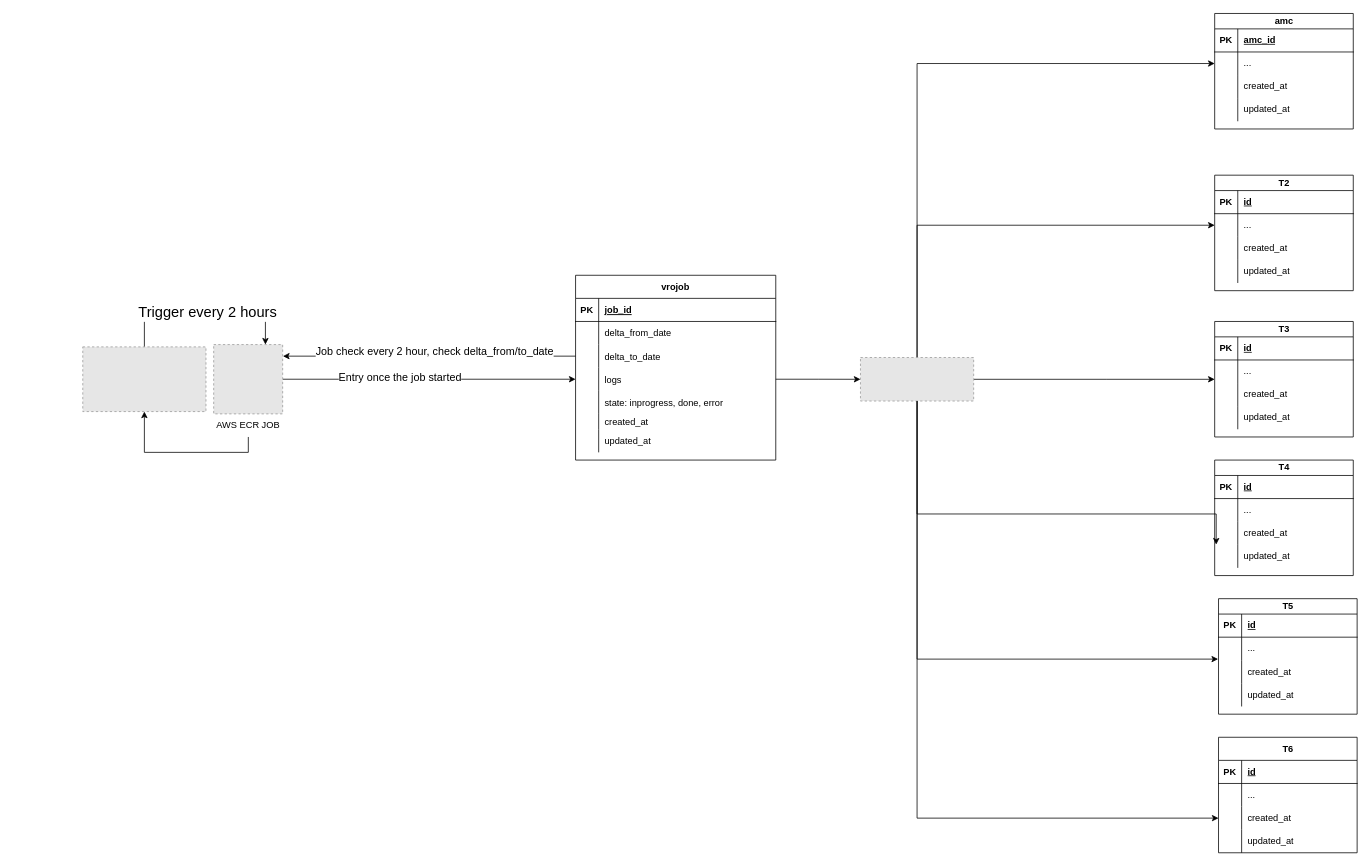
jorawarsinghcapgemini/drawio keeps this draw.io diagram as vro db diagram.drawio. Above is the earlier version. Source tidied: cells renumbered, new cells numbered last; positions are measured from the earlier drawing's top-left corner, leaving out a move shared by most shapes. Both pictures are drawn from the tidied source at 77%, with x=0, y=0 at pixel (82, 13). Pictures stored in the file or linked from it are replaced by grey dashed boxes.
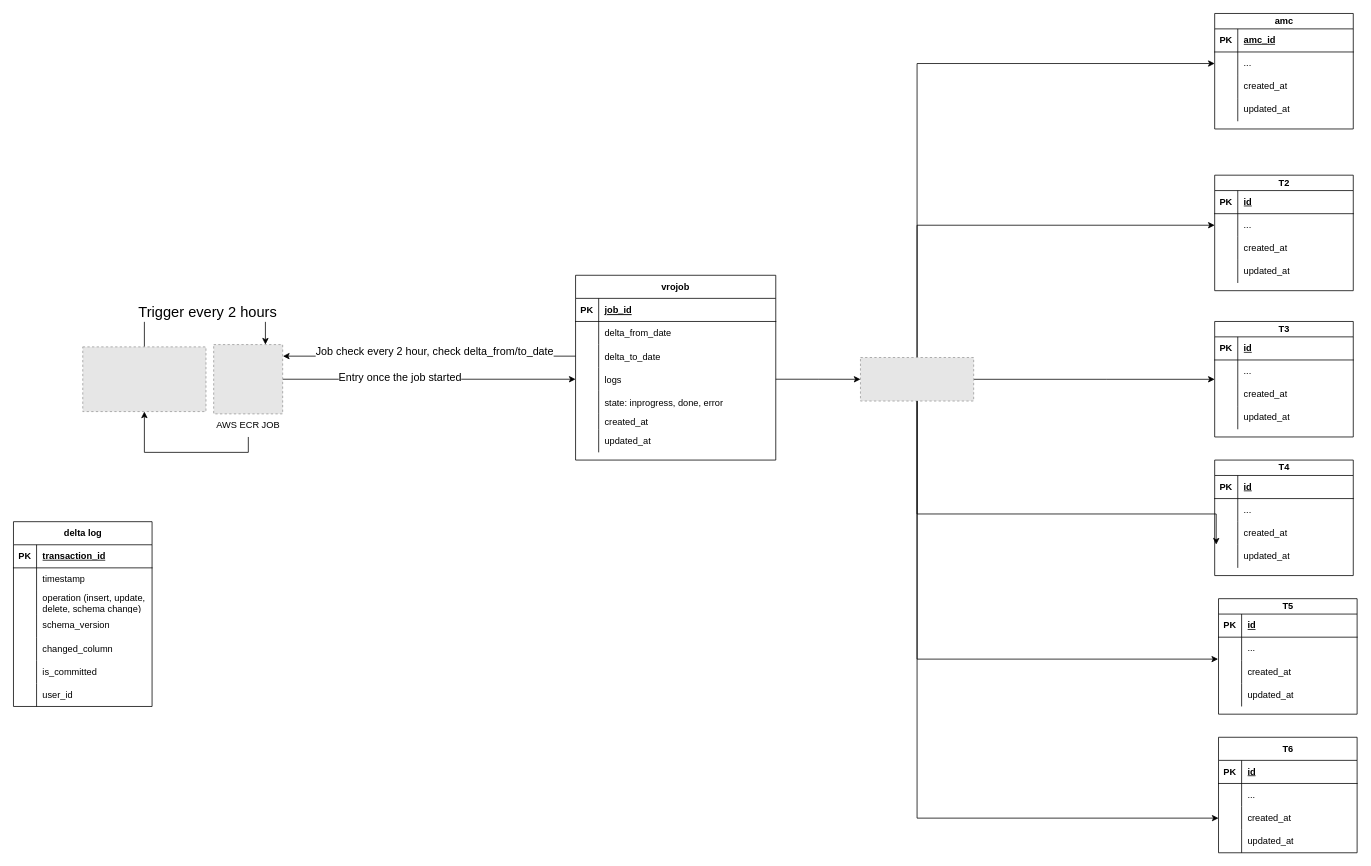
The same page after the edit.

Commit message:
added delta log table

The edit, as a diff of the source:
```diff
@@
+    <mxCell id="120" value="delta log" style="shape=table;startSize=30;childLayout=tableLayout;rowLines=0;fontStyle=1;align=center;html=1;" parent="1" vertex="1">
+      <mxGeometry x="-90" y="660" width="180" height="240" as="geometry" />
+    </mxCell>
+    <mxCell id="121" style="shape=tableRow;horizontal=0;startSize=0;swimlaneHead=0;swimlaneBody=0;fillColor=none;top=0;left=0;right=0;bottom=1;" parent="120" vertex="1">
+      <mxGeometry y="30" width="180" height="30" as="geometry" />
+    </mxCell>
+    <mxCell id="122" value="PK" style="shape=partialRectangle;fillColor=none;top=0;left=0;bottom=0;right=0;fontStyle=1;overflow=hidden;whiteSpace=wrap;html=1;" parent="121" vertex="1">
+      <mxGeometry width="30" height="30" as="geometry" />
+    </mxCell>
+    <mxCell id="123" value="transaction_id" style="shape=partialRectangle;fillColor=none;top=0;left=0;bottom=0;right=0;align=left;spacingLeft=6;fontStyle=5;overflow=hidden;whiteSpace=wrap;html=1;" parent="121" vertex="1">
+      <mxGeometry x="30" width="150" height="30" as="geometry" />
+    </mxCell>
+    <mxCell id="124" style="shape=tableRow;horizontal=0;startSize=0;swimlaneHead=0;swimlaneBody=0;fillColor=none;top=0;left=0;right=0;bottom=0;" parent="120" vertex="1">
+      <mxGeometry y="60" width="180" height="30" as="geometry" />
+    </mxCell>
+    <mxCell id="125" style="shape=partialRectangle;fillColor=none;top=0;left=0;bottom=0;right=0;overflow=hidden;whiteSpace=wrap;html=1;" parent="124" vertex="1">
+      <mxGeometry width="30" height="30" as="geometry" />
+    </mxCell>
+    <mxCell id="126" value="timestamp" style="shape=partialRectangle;fillColor=none;top=0;left=0;bottom=0;right=0;align=left;spacingLeft=6;overflow=hidden;whiteSpace=wrap;html=1;" parent="124" vertex="1">
+      <mxGeometry x="30" width="150" height="30" as="geometry" />
+    </mxCell>
+    <mxCell id="127" style="shape=tableRow;horizontal=0;startSize=0;swimlaneHead=0;swimlaneBody=0;fillColor=none;top=0;left=0;right=0;bottom=0;" parent="120" vertex="1">
+      <mxGeometry y="90" width="180" height="30" as="geometry" />
+    </mxCell>
+    <mxCell id="128" style="shape=partialRectangle;fillColor=none;top=0;left=0;bottom=0;right=0;overflow=hidden;whiteSpace=wrap;html=1;" parent="127" vertex="1">
+      <mxGeometry width="30" height="30" as="geometry" />
+    </mxCell>
+    <mxCell id="129" value="operation (insert, update, delete, schema change)" style="shape=partialRectangle;fillColor=none;top=0;left=0;bottom=0;right=0;align=left;spacingLeft=6;overflow=hidden;whiteSpace=wrap;html=1;" parent="127" vertex="1">
+      <mxGeometry x="30" width="150" height="30" as="geometry" />
+    </mxCell>
+    <mxCell id="130" style="shape=tableRow;horizontal=0;startSize=0;swimlaneHead=0;swimlaneBody=0;fillColor=none;top=0;left=0;right=0;bottom=0;" parent="120" vertex="1">
+      <mxGeometry y="120" width="180" height="30" as="geometry" />
+    </mxCell>
+    <mxCell id="131" style="shape=partialRectangle;fillColor=none;top=0;left=0;bottom=0;right=0;overflow=hidden;whiteSpace=wrap;html=1;" parent="130" vertex="1">
+      <mxGeometry width="30" height="30" as="geometry" />
+    </mxCell>
+    <mxCell id="132" value="schema_version" style="shape=partialRectangle;fillColor=none;top=0;left=0;bottom=0;right=0;align=left;spacingLeft=6;overflow=hidden;whiteSpace=wrap;html=1;" parent="130" vertex="1">
+      <mxGeometry x="30" width="150" height="30" as="geometry" />
+    </mxCell>
+    <mxCell id="133" style="shape=tableRow;horizontal=0;startSize=0;swimlaneHead=0;swimlaneBody=0;fillColor=none;top=0;left=0;right=0;bottom=0;" parent="120" vertex="1">
+      <mxGeometry y="150" width="180" height="30" as="geometry" />
+    </mxCell>
+    <mxCell id="134" style="shape=partialRectangle;fillColor=none;top=0;left=0;bottom=0;right=0;overflow=hidden;" parent="133" vertex="1">
+      <mxGeometry width="30" height="30" as="geometry" />
+    </mxCell>
+    <mxCell id="135" value="changed_column" style="shape=partialRectangle;fillColor=none;top=0;left=0;bottom=0;right=0;align=left;spacingLeft=6;overflow=hidden;" parent="133" vertex="1">
+      <mxGeometry x="30" width="150" height="30" as="geometry" />
+    </mxCell>
+    <mxCell id="136" style="shape=tableRow;horizontal=0;startSize=0;swimlaneHead=0;swimlaneBody=0;fillColor=none;top=0;left=0;right=0;bottom=0;" parent="120" vertex="1">
+      <mxGeometry y="180" width="180" height="30" as="geometry" />
+    </mxCell>
+    <mxCell id="137" style="shape=partialRectangle;fillColor=none;top=0;left=0;bottom=0;right=0;overflow=hidden;" parent="136" vertex="1">
+      <mxGeometry width="30" height="30" as="geometry" />
+    </mxCell>
+    <mxCell id="138" value="is_committed" style="shape=partialRectangle;fillColor=none;top=0;left=0;bottom=0;right=0;align=left;spacingLeft=6;overflow=hidden;" parent="136" vertex="1">
+      <mxGeometry x="30" width="150" height="30" as="geometry" />
+    </mxCell>
+    <mxCell id="139" style="shape=tableRow;horizontal=0;startSize=0;swimlaneHead=0;swimlaneBody=0;fillColor=none;top=0;left=0;right=0;bottom=0;" parent="120" vertex="1">
+      <mxGeometry y="210" width="180" height="30" as="geometry" />
+    </mxCell>
+    <mxCell id="140" style="shape=partialRectangle;fillColor=none;top=0;left=0;bottom=0;right=0;overflow=hidden;" parent="139" vertex="1">
+      <mxGeometry width="30" height="30" as="geometry" />
+    </mxCell>
+    <mxCell id="141" value="user_id" style="shape=partialRectangle;fillColor=none;top=0;left=0;bottom=0;right=0;align=left;spacingLeft=6;overflow=hidden;" parent="139" vertex="1">
+      <mxGeometry x="30" width="150" height="30" as="geometry" />
+    </mxCell>
```
